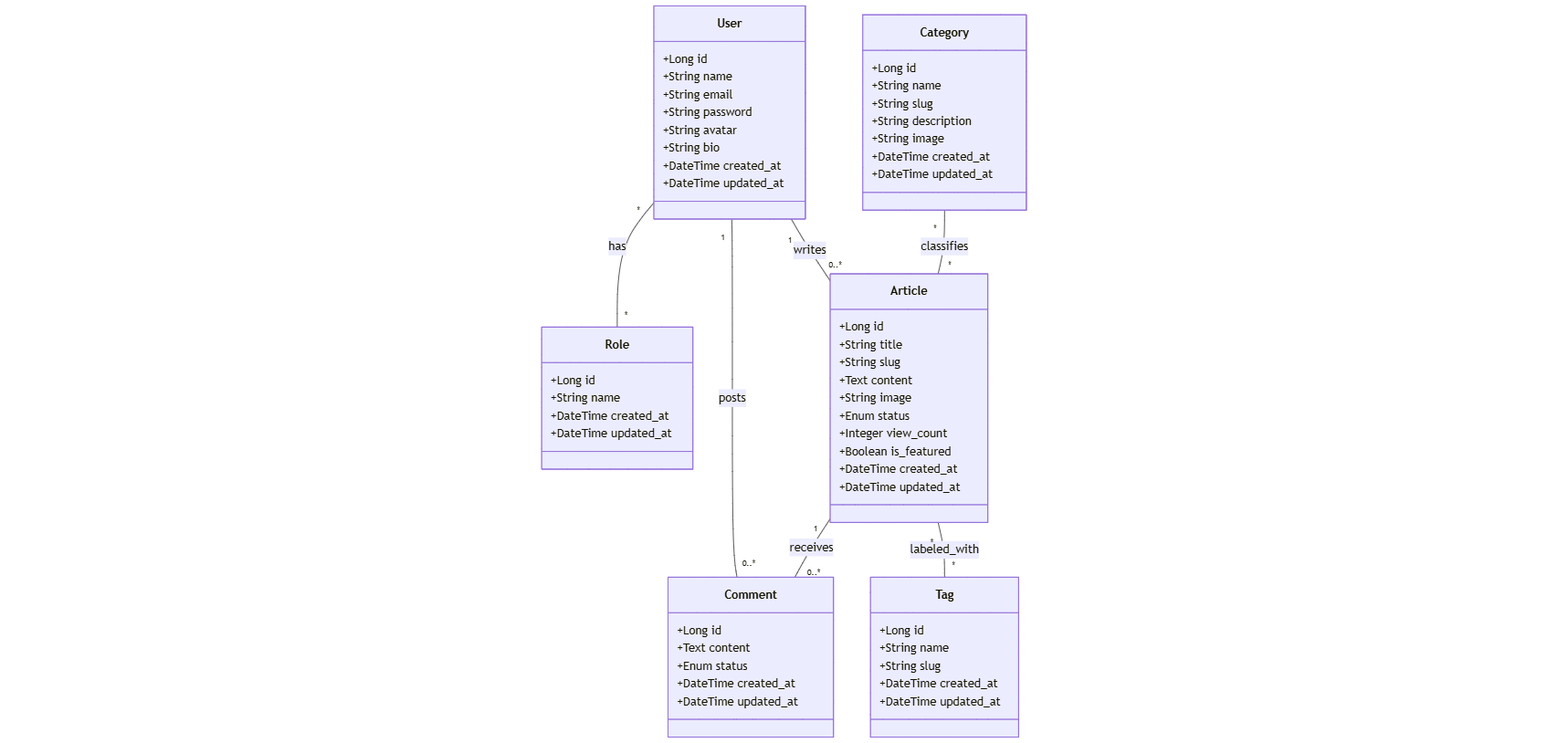
The Mermaid diagram présentation/images/diagramme-classes.png in BENYEKHLEF-Anouar/blog-personal-repository, before a commit. Its source is kept beside it as diagramme de classes/diagramme-classes.mmd. Source of this version:
```mermaid
classDiagram
    class User {
        +Long id
        +String name
        +String email
        +String password
        +String avatar
        +String bio
        +DateTime created_at
        +DateTime updated_at
    }

    class Role {
        +Long id
        +String name
        +DateTime created_at
        +DateTime updated_at
    }

    class Article {
        +Long id
        +String title
        +String slug
        +Text content
        +String image
        +Enum status
        +Integer view_count
        +Boolean is_featured
        +DateTime created_at
        +DateTime updated_at
    }

    class Category {
        +Long id
        +String name
        +String slug
        +String description
        +String image
        +DateTime created_at
        +DateTime updated_at
    }

    class Tag {
        +Long id
        +String name
        +String slug
        +DateTime created_at
        +DateTime updated_at
    }

    class Comment {
        +Long id
        +Text content
        +Enum status
        +DateTime created_at
        +DateTime updated_at
    }

    User "1" -- "0..*" Article : writes
    User "1" -- "0..*" Comment : posts
    User "*" -- "*" Role : has

    Category "*" -- "*" Article : classifies

    Article "1" -- "0..*" Comment : receives
    Article "*" -- "*" Tag : labeled_with
```
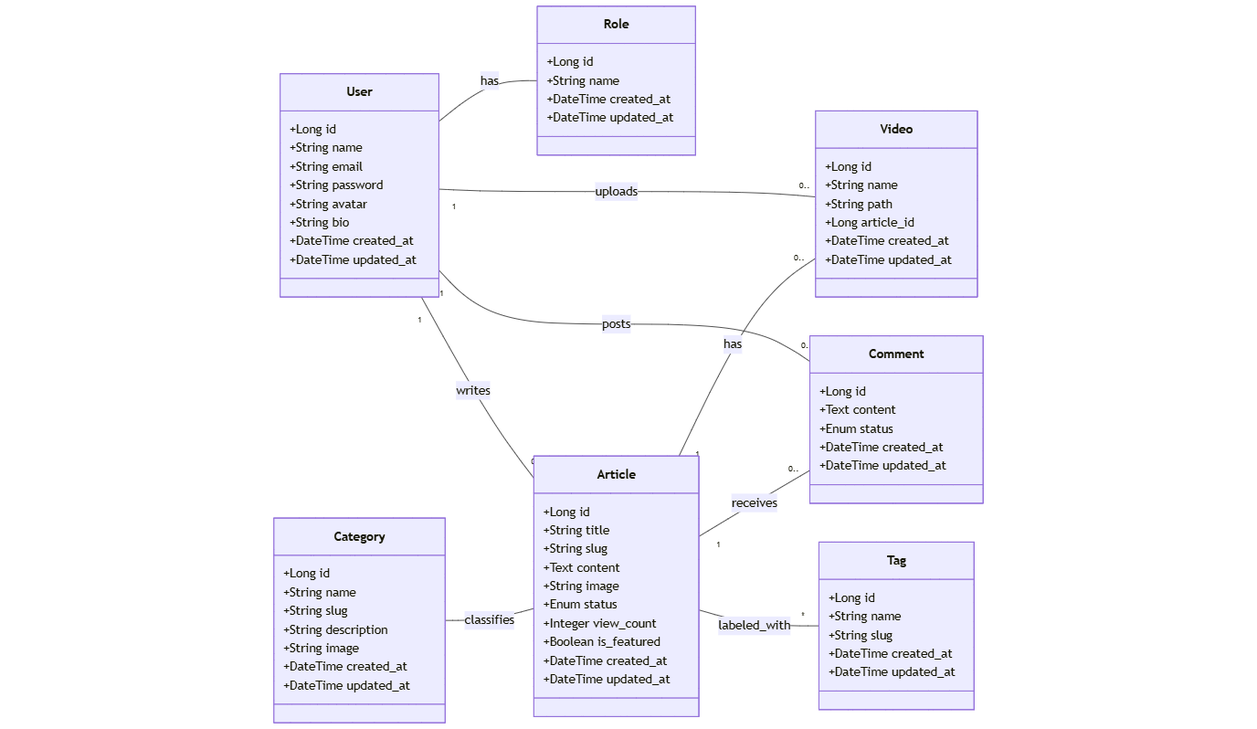
After the change.

Commit message:
docs: Add Mermaid class diagram and its image for blog entities and their relationships.

Change to the diagram source:
```diff
@@ -1,4 +1,6 @@
 classDiagram
+direction LR
+
     class User {
         +Long id
         +String name
@@ -48,6 +50,15 @@
         +DateTime updated_at
     }
 
+    class Video {
+        +Long id
+        +String name
+        +String path
+        +Long article_id
+        +DateTime created_at
+        +DateTime updated_at
+    }
+
     class Comment {
         +Long id
         +Text content
@@ -56,11 +67,13 @@
         +DateTime updated_at
     }
 
-    User "1" -- "0..*" Article : writes
-    User "1" -- "0..*" Comment : posts
-    User "*" -- "*" Role : has
+    User "1" -- "0.." Article : writes
+    User "" -- "" Role : has
+    User "1" -- "0.." Video : uploads
+    User "1" -- "0.." Comment : posts
 
-    Category "*" -- "*" Article : classifies
+    Category "" -- "" Article : classifies
 
-    Article "1" -- "0..*" Comment : receives
-    Article "*" -- "*" Tag : labeled_with
+    Article "1" -- "0.." Video : has
+    Article "1" -- "0.." Comment : receives
+    Article "" -- "*" Tag : labeled_with
```
